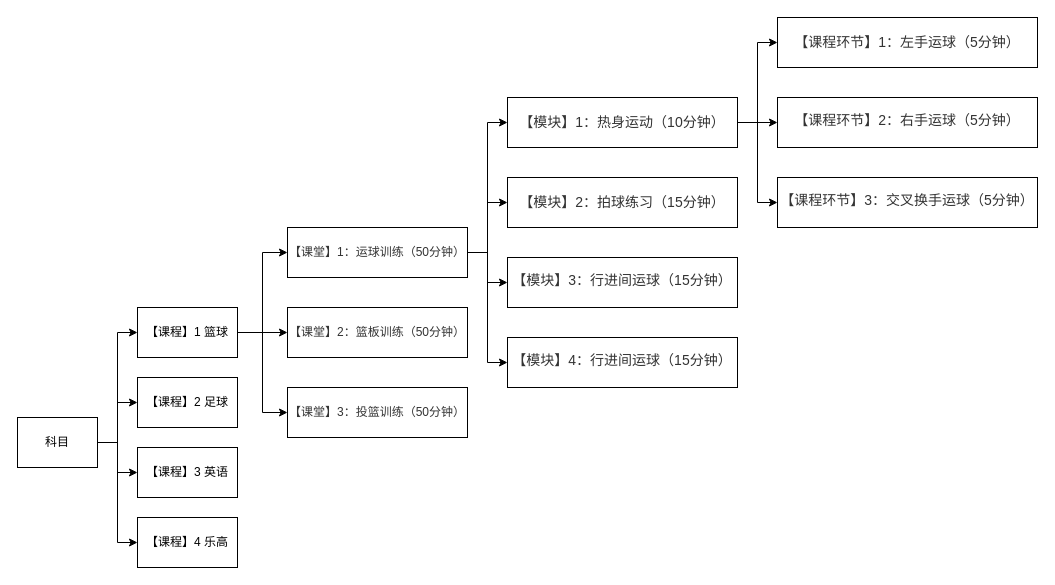
Above: com.ygq/frame/教研名称关系.drawio in ythawed/diagrams (draw.io), before the change. Source tidied: cells renumbered, new cells numbered last; positions are measured from the earlier drawing's top-left corner, leaving out a move shared by most shapes. Both pictures are drawn from the tidied source at 100%, with x=0, y=0 at pixel (17, 17).
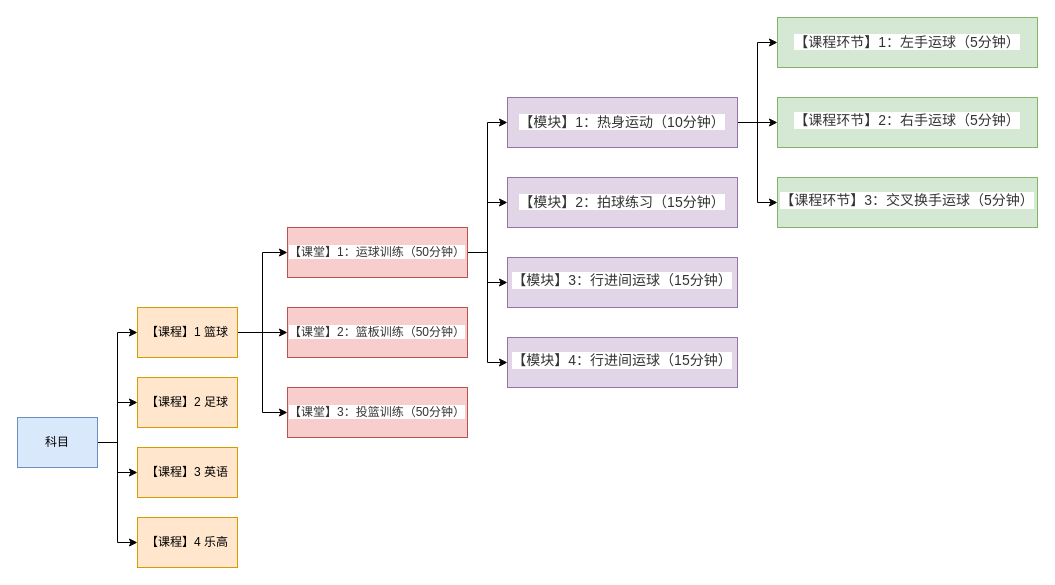
The same diagram, later.

Commit message (it also covers changes not shown here):
Update 教研名称关系.drawio

Change to the diagram source:
```diff
@@
-    <mxCell id="6" value="科目" style="rounded=0;whiteSpace=wrap;html=1;" parent="1" vertex="1">
+    <mxCell id="6" value="科目" style="rounded=0;whiteSpace=wrap;html=1;fillColor=#dae8fc;strokeColor=#6c8ebf;" parent="1" vertex="1">
       <mxGeometry y="400" width="80" height="50" as="geometry" />
     </mxCell>
@@
-    <mxCell id="10" value="【课程】1 篮球" style="rounded=0;whiteSpace=wrap;html=1;" parent="1" vertex="1">
+    <mxCell id="10" value="【课程】1 篮球" style="rounded=0;whiteSpace=wrap;html=1;fillColor=#ffe6cc;strokeColor=#d79b00;" parent="1" vertex="1">
       <mxGeometry x="120" y="290" width="100" height="50" as="geometry" />
     </mxCell>
-    <mxCell id="11" value="【课程】2 足球" style="rounded=0;whiteSpace=wrap;html=1;" parent="1" vertex="1">
+    <mxCell id="11" value="【课程】2 足球" style="rounded=0;whiteSpace=wrap;html=1;fillColor=#ffe6cc;strokeColor=#d79b00;" parent="1" vertex="1">
       <mxGeometry x="120" y="360" width="100" height="50" as="geometry" />
     </mxCell>
-    <mxCell id="12" value="【课程】3 英语" style="rounded=0;whiteSpace=wrap;html=1;" parent="1" vertex="1">
+    <mxCell id="12" value="【课程】3 英语" style="rounded=0;whiteSpace=wrap;html=1;fillColor=#ffe6cc;strokeColor=#d79b00;" parent="1" vertex="1">
       <mxGeometry x="120" y="430" width="100" height="50" as="geometry" />
     </mxCell>
-    <mxCell id="13" value="【课程】4 乐高" style="rounded=0;whiteSpace=wrap;html=1;" parent="1" vertex="1">
+    <mxCell id="13" value="【课程】4 乐高" style="rounded=0;whiteSpace=wrap;html=1;fillColor=#ffe6cc;strokeColor=#d79b00;" parent="1" vertex="1">
       <mxGeometry x="120" y="500" width="100" height="50" as="geometry" />
     </mxCell>
@@
-    <mxCell id="18" value="&lt;span style=&quot;color: rgb(51 , 51 , 51) ; font-family: &amp;#34;arial&amp;#34; , sans-serif ; text-align: left ; background-color: rgb(255 , 255 , 255)&quot;&gt;&lt;font style=&quot;font-size: 12px&quot;&gt;【课堂】1：运球训练（50分钟）&lt;/font&gt;&lt;/span&gt;" style="rounded=0;whiteSpace=wrap;html=1;" parent="1" vertex="1">
+    <mxCell id="18" value="&lt;span style=&quot;color: rgb(51 , 51 , 51) ; font-family: &amp;#34;arial&amp;#34; , sans-serif ; text-align: left ; background-color: rgb(255 , 255 , 255)&quot;&gt;&lt;font style=&quot;font-size: 12px&quot;&gt;【课堂】1：运球训练（50分钟）&lt;/font&gt;&lt;/span&gt;" style="rounded=0;whiteSpace=wrap;html=1;fillColor=#f8cecc;strokeColor=#b85450;" parent="1" vertex="1">
       <mxGeometry x="270" y="210" width="180" height="50" as="geometry" />
     </mxCell>
-    <mxCell id="19" value="&lt;span style=&quot;color: rgb(51 , 51 , 51) ; font-family: &amp;#34;arial&amp;#34; , sans-serif ; text-align: left ; background-color: rgb(255 , 255 , 255)&quot;&gt;&lt;font style=&quot;font-size: 12px&quot;&gt;【课堂】2：篮板训练（50分钟）&lt;/font&gt;&lt;/span&gt;" style="rounded=0;whiteSpace=wrap;html=1;" parent="1" vertex="1">
+    <mxCell id="19" value="&lt;span style=&quot;color: rgb(51 , 51 , 51) ; font-family: &amp;#34;arial&amp;#34; , sans-serif ; text-align: left ; background-color: rgb(255 , 255 , 255)&quot;&gt;&lt;font style=&quot;font-size: 12px&quot;&gt;【课堂】2：篮板训练（50分钟）&lt;/font&gt;&lt;/span&gt;" style="rounded=0;whiteSpace=wrap;html=1;fillColor=#f8cecc;strokeColor=#b85450;" parent="1" vertex="1">
       <mxGeometry x="270" y="290" width="180" height="50" as="geometry" />
     </mxCell>
-    <mxCell id="20" value="&lt;span style=&quot;color: rgb(51 , 51 , 51) ; font-family: &amp;#34;arial&amp;#34; , sans-serif ; text-align: left ; background-color: rgb(255 , 255 , 255)&quot;&gt;&lt;font style=&quot;font-size: 12px&quot;&gt;【课堂】3：投篮训练（50分钟）&lt;/font&gt;&lt;/span&gt;" style="rounded=0;whiteSpace=wrap;html=1;" parent="1" vertex="1">
+    <mxCell id="20" value="&lt;span style=&quot;color: rgb(51 , 51 , 51) ; font-family: &amp;#34;arial&amp;#34; , sans-serif ; text-align: left ; background-color: rgb(255 , 255 , 255)&quot;&gt;&lt;font style=&quot;font-size: 12px&quot;&gt;【课堂】3：投篮训练（50分钟）&lt;/font&gt;&lt;/span&gt;" style="rounded=0;whiteSpace=wrap;html=1;fillColor=#f8cecc;strokeColor=#b85450;" parent="1" vertex="1">
       <mxGeometry x="270" y="370" width="180" height="50" as="geometry" />
     </mxCell>
@@
-    <mxCell id="24" value="&lt;span style=&quot;color: rgb(51 , 51 , 51) ; font-family: &amp;#34;arial&amp;#34; , sans-serif ; font-size: 14px ; text-align: left ; background-color: rgb(255 , 255 , 255)&quot;&gt;【模块】1：热身运动（10分钟）&lt;/span&gt;" style="rounded=0;whiteSpace=wrap;html=1;" parent="1" vertex="1">
+    <mxCell id="24" value="&lt;span style=&quot;color: rgb(51 , 51 , 51) ; font-family: &amp;#34;arial&amp;#34; , sans-serif ; font-size: 14px ; text-align: left ; background-color: rgb(255 , 255 , 255)&quot;&gt;【模块】1：热身运动（10分钟）&lt;/span&gt;" style="rounded=0;whiteSpace=wrap;html=1;fillColor=#e1d5e7;strokeColor=#9673a6;" parent="1" vertex="1">
       <mxGeometry x="490" y="80" width="230" height="50" as="geometry" />
     </mxCell>
-    <mxCell id="25" value="&lt;span style=&quot;color: rgb(51 , 51 , 51) ; font-family: &amp;#34;arial&amp;#34; , sans-serif ; font-size: 14px ; text-align: left ; background-color: rgb(255 , 255 , 255)&quot;&gt;【模块】2：拍球练习（15分钟）&lt;/span&gt;" style="rounded=0;whiteSpace=wrap;html=1;" parent="1" vertex="1">
+    <mxCell id="25" value="&lt;span style=&quot;color: rgb(51 , 51 , 51) ; font-family: &amp;#34;arial&amp;#34; , sans-serif ; font-size: 14px ; text-align: left ; background-color: rgb(255 , 255 , 255)&quot;&gt;【模块】2：拍球练习（15分钟）&lt;/span&gt;" style="rounded=0;whiteSpace=wrap;html=1;fillColor=#e1d5e7;strokeColor=#9673a6;" parent="1" vertex="1">
       <mxGeometry x="490" y="160" width="230" height="50" as="geometry" />
     </mxCell>
-    <mxCell id="26" value="&lt;p style=&quot;margin: 10px 0px 0px ; padding: 0px ; color: rgb(51 , 51 , 51) ; font-family: &amp;#34;arial&amp;#34; , sans-serif ; font-size: 14px ; text-align: left ; background-color: rgb(255 , 255 , 255)&quot;&gt;【模块】3：行进间运球（15分钟）&lt;/p&gt;&lt;div&gt;&lt;br&gt;&lt;/div&gt;" style="rounded=0;whiteSpace=wrap;html=1;" parent="1" vertex="1">
+    <mxCell id="26" value="&lt;p style=&quot;margin: 10px 0px 0px ; padding: 0px ; color: rgb(51 , 51 , 51) ; font-family: &amp;#34;arial&amp;#34; , sans-serif ; font-size: 14px ; text-align: left ; background-color: rgb(255 , 255 , 255)&quot;&gt;【模块】3：行进间运球（15分钟）&lt;/p&gt;&lt;div&gt;&lt;br&gt;&lt;/div&gt;" style="rounded=0;whiteSpace=wrap;html=1;fillColor=#e1d5e7;strokeColor=#9673a6;" parent="1" vertex="1">
       <mxGeometry x="490" y="240" width="230" height="50" as="geometry" />
     </mxCell>
-    <mxCell id="27" value="&lt;p style=&quot;margin: 10px 0px 0px ; padding: 0px ; color: rgb(51 , 51 , 51) ; font-family: &amp;#34;arial&amp;#34; , sans-serif ; font-size: 14px ; text-align: left ; background-color: rgb(255 , 255 , 255)&quot;&gt;【模块】4：行进间运球（15分钟）&lt;/p&gt;&lt;div&gt;&lt;br&gt;&lt;/div&gt;" style="rounded=0;whiteSpace=wrap;html=1;" parent="1" vertex="1">
+    <mxCell id="27" value="&lt;p style=&quot;margin: 10px 0px 0px ; padding: 0px ; color: rgb(51 , 51 , 51) ; font-family: &amp;#34;arial&amp;#34; , sans-serif ; font-size: 14px ; text-align: left ; background-color: rgb(255 , 255 , 255)&quot;&gt;【模块】4：行进间运球（15分钟）&lt;/p&gt;&lt;div&gt;&lt;br&gt;&lt;/div&gt;" style="rounded=0;whiteSpace=wrap;html=1;fillColor=#e1d5e7;strokeColor=#9673a6;" parent="1" vertex="1">
       <mxGeometry x="490" y="320" width="230" height="50" as="geometry" />
     </mxCell>
-    <mxCell id="28" value="&lt;span style=&quot;color: rgb(51 , 51 , 51) ; font-family: &amp;#34;arial&amp;#34; , sans-serif ; font-size: 14px ; text-align: left ; background-color: rgb(255 , 255 , 255)&quot;&gt;【课程环节】1：左手运球（5分钟）&lt;/span&gt;" style="rounded=0;whiteSpace=wrap;html=1;" parent="1" vertex="1">
+    <mxCell id="28" value="&lt;span style=&quot;color: rgb(51 , 51 , 51) ; font-family: &amp;#34;arial&amp;#34; , sans-serif ; font-size: 14px ; text-align: left ; background-color: rgb(255 , 255 , 255)&quot;&gt;【课程环节】1：左手运球（5分钟）&lt;/span&gt;" style="rounded=0;whiteSpace=wrap;html=1;fillColor=#d5e8d4;strokeColor=#82b366;" parent="1" vertex="1">
       <mxGeometry x="760" width="260" height="50" as="geometry" />
     </mxCell>
-    <mxCell id="29" value="&lt;p style=&quot;margin: 10px 0px 0px ; padding: 0px ; color: rgb(51 , 51 , 51) ; font-family: &amp;#34;arial&amp;#34; , sans-serif ; font-size: 14px ; text-align: left ; background-color: rgb(255 , 255 , 255)&quot;&gt;【课程环节】2：右手运球（5分钟）&lt;/p&gt;&lt;div&gt;&lt;br&gt;&lt;/div&gt;" style="rounded=0;whiteSpace=wrap;html=1;" parent="1" vertex="1">
+    <mxCell id="29" value="&lt;p style=&quot;margin: 10px 0px 0px ; padding: 0px ; color: rgb(51 , 51 , 51) ; font-family: &amp;#34;arial&amp;#34; , sans-serif ; font-size: 14px ; text-align: left ; background-color: rgb(255 , 255 , 255)&quot;&gt;【课程环节】2：右手运球（5分钟）&lt;/p&gt;&lt;div&gt;&lt;br&gt;&lt;/div&gt;" style="rounded=0;whiteSpace=wrap;html=1;fillColor=#d5e8d4;strokeColor=#82b366;" parent="1" vertex="1">
       <mxGeometry x="760" y="80" width="260" height="50" as="geometry" />
     </mxCell>
-    <mxCell id="30" value="&lt;div&gt;&lt;p style=&quot;margin: 10px 0px 0px ; padding: 0px ; color: rgb(51 , 51 , 51) ; font-family: &amp;#34;arial&amp;#34; , sans-serif ; font-size: 14px ; text-align: left ; background-color: rgb(255 , 255 , 255)&quot;&gt;【课程环节】3：交叉换手运球（5分钟）&lt;/p&gt;&lt;div&gt;&lt;br&gt;&lt;/div&gt;&lt;/div&gt;" style="rounded=0;whiteSpace=wrap;html=1;" parent="1" vertex="1">
+    <mxCell id="30" value="&lt;div&gt;&lt;p style=&quot;margin: 10px 0px 0px ; padding: 0px ; color: rgb(51 , 51 , 51) ; font-family: &amp;#34;arial&amp;#34; , sans-serif ; font-size: 14px ; text-align: left ; background-color: rgb(255 , 255 , 255)&quot;&gt;【课程环节】3：交叉换手运球（5分钟）&lt;/p&gt;&lt;div&gt;&lt;br&gt;&lt;/div&gt;&lt;/div&gt;" style="rounded=0;whiteSpace=wrap;html=1;fillColor=#d5e8d4;strokeColor=#82b366;" parent="1" vertex="1">
       <mxGeometry x="760" y="160" width="260" height="50" as="geometry" />
     </mxCell>
```
